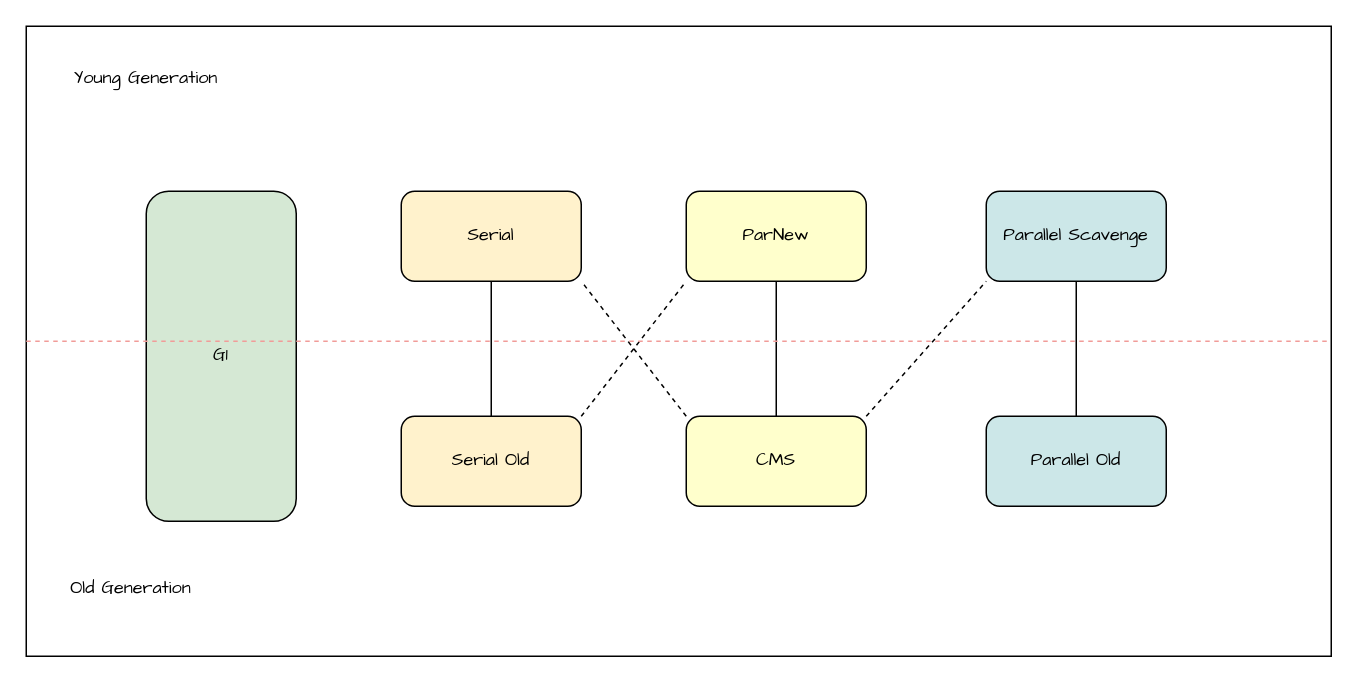
Before: page "常见的垃圾回收器" (13 of 13) of adnir.drawio in LittleY98/Draw_Repository, a draw.io diagram. Source tidied: cells renumbered, new cells numbered last; positions are measured from the earlier drawing's top-left corner, leaving out a move shared by most shapes. Both pictures are drawn from the tidied source at 150%, with x=0, y=0 at pixel (26, 26).
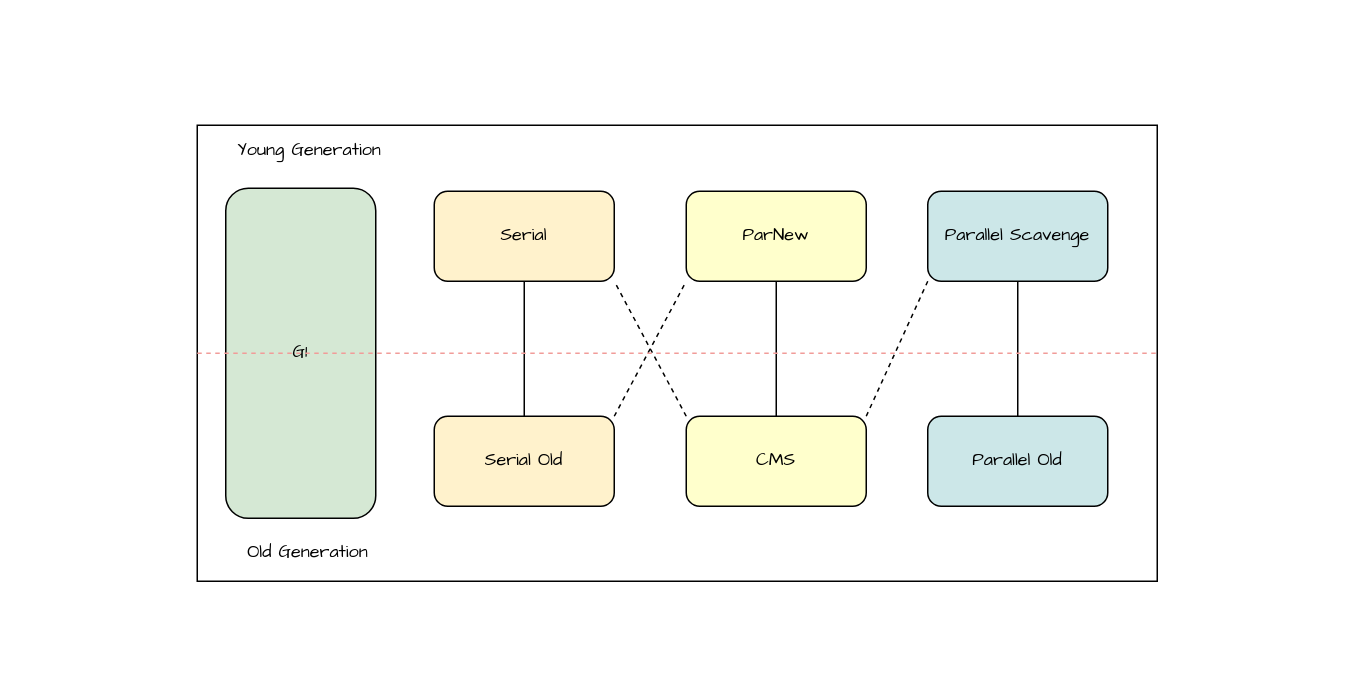
Above is the later version.

The edit, as a diff of the source:
```diff
@@
 <mxGraphModel>
   <root>
     <mxCell id="0" />
     <mxCell id="1" parent="0" />
     <mxCell id="2" style="rounded=0;whiteSpace=wrap;html=1;" parent="1" vertex="1">
-      <mxGeometry width="870" height="420" as="geometry" />
+      <mxGeometry x="114" y="66" width="640" height="304" as="geometry" />
     </mxCell>
     <mxCell id="3" value="Serial" style="rounded=1;whiteSpace=wrap;html=1;fillColor=#FFF2CC;fontFamily=Comic Sans MS;" parent="1" vertex="1">
-      <mxGeometry x="250" y="110" width="120" height="60" as="geometry" />
+      <mxGeometry x="272" y="110" width="120" height="60" as="geometry" />
     </mxCell>
     <mxCell id="4" value="ParNew" style="rounded=1;whiteSpace=wrap;html=1;fillColor=#FFFFCC;fontFamily=Comic Sans MS;" parent="1" vertex="1">
       <mxGeometry x="440" y="110" width="120" height="60" as="geometry" />
     </mxCell>
     <mxCell id="5" value="Parallel Scavenge" style="rounded=1;whiteSpace=wrap;html=1;fillColor=#CCE7E8;fontFamily=Comic Sans MS;" parent="1" vertex="1">
-      <mxGeometry x="640" y="110" width="120" height="60" as="geometry" />
+      <mxGeometry x="601" y="110" width="120" height="60" as="geometry" />
     </mxCell>
     <mxCell id="6" value="Serial Old" style="rounded=1;whiteSpace=wrap;html=1;fillColor=#FFF2CC;fontFamily=Comic Sans MS;" parent="1" vertex="1">
-      <mxGeometry x="250" y="260" width="120" height="60" as="geometry" />
+      <mxGeometry x="272" y="260" width="120" height="60" as="geometry" />
     </mxCell>
     <mxCell id="7" value="CMS" style="rounded=1;whiteSpace=wrap;html=1;fillColor=#FFFFCC;fontFamily=Comic Sans MS;" parent="1" vertex="1">
       <mxGeometry x="440" y="260" width="120" height="60" as="geometry" />
     </mxCell>
     <mxCell id="8" value="Parallel Old" style="rounded=1;whiteSpace=wrap;html=1;fillColor=#CCE7E8;fontFamily=Comic Sans MS;" parent="1" vertex="1">
-      <mxGeometry x="640" y="260" width="120" height="60" as="geometry" />
+      <mxGeometry x="601" y="260" width="120" height="60" as="geometry" />
     </mxCell>
     <mxCell id="9" value="G1" style="rounded=1;whiteSpace=wrap;html=1;fillColor=#D5E8D4;fontFamily=Comic Sans MS;" parent="1" vertex="1">
-      <mxGeometry x="80" y="110" width="100" height="220" as="geometry" />
+      <mxGeometry x="133" y="108" width="100" height="220" as="geometry" />
     </mxCell>
     <mxCell id="10" style="endArrow=none;html=1;rounded=0;entryX=0.5;entryY=1;entryDx=0;entryDy=0;exitX=0.5;exitY=0;exitDx=0;exitDy=0;" parent="1" edge="1" source="8" target="5">
       <mxGeometry relative="1" as="geometry" />
     </mxCell>
     <mxCell id="11" style="endArrow=none;html=1;rounded=0;entryX=0;entryY=1;entryDx=0;entryDy=0;exitX=1;exitY=0;exitDx=0;exitDy=0;dashed=1;" parent="1" edge="1" source="7" target="5">
       <mxGeometry relative="1" as="geometry" />
     </mxCell>
     <mxCell id="12" style="endArrow=none;html=1;rounded=0;entryX=0.5;entryY=1;entryDx=0;entryDy=0;exitX=0.5;exitY=0;exitDx=0;exitDy=0;" parent="1" edge="1" source="7" target="4">
       <mxGeometry relative="1" as="geometry" />
     </mxCell>
     <mxCell id="13" style="endArrow=none;html=1;rounded=0;entryX=1;entryY=1;entryDx=0;entryDy=0;exitX=0;exitY=0;exitDx=0;exitDy=0;dashed=1;" parent="1" edge="1" source="7" target="3">
       <mxGeometry relative="1" as="geometry" />
     </mxCell>
     <mxCell id="14" style="endArrow=none;html=1;rounded=0;entryX=0.5;entryY=1;entryDx=0;entryDy=0;exitX=0.5;exitY=0;exitDx=0;exitDy=0;" parent="1" edge="1" source="6" target="3">
       <mxGeometry relative="1" as="geometry" />
     </mxCell>
     <mxCell id="15" style="endArrow=none;html=1;rounded=0;entryX=0;entryY=1;entryDx=0;entryDy=0;exitX=1;exitY=0;exitDx=0;exitDy=0;dashed=1;" parent="1" edge="1" source="6" target="4">
       <mxGeometry relative="1" as="geometry" />
     </mxCell>
-    <mxCell id="16" style="endArrow=none;dashed=1;html=1;rounded=0;entryX=1;entryY=0.5;entryDx=0;entryDy=0;strokeColor=#F19C99;" parent="1" edge="1" target="2">
-      <mxGeometry relative="1" as="geometry">
-        <mxPoint y="210" as="sourcePoint" />
-      </mxGeometry>
+    <mxCell id="16" style="endArrow=none;dashed=1;html=1;rounded=0;entryX=1;entryY=0.5;entryDx=0;entryDy=0;strokeColor=#F19C99;exitX=0;exitY=0.5;exitDx=0;exitDy=0;" parent="1" edge="1" source="2" target="2">
+      <mxGeometry relative="1" as="geometry" />
     </mxCell>
     <mxCell id="17" value="Young Generation" style="text;html=1;align=center;verticalAlign=middle;whiteSpace=wrap;rounded=0;fontFamily=Comic Sans MS;" parent="1" vertex="1">
-      <mxGeometry x="20" y="20" width="120" height="30" as="geometry" />
+      <mxGeometry x="129" y="68" width="120" height="30" as="geometry" />
     </mxCell>
     <mxCell id="18" value="Old Generation" style="text;html=1;align=center;verticalAlign=middle;whiteSpace=wrap;rounded=0;fontFamily=Comic Sans MS;" parent="1" vertex="1">
-      <mxGeometry x="10" y="360" width="120" height="30" as="geometry" />
+      <mxGeometry x="128" y="336" width="120" height="30" as="geometry" />
     </mxCell>
   </root>
 </mxGraphModel>
```
